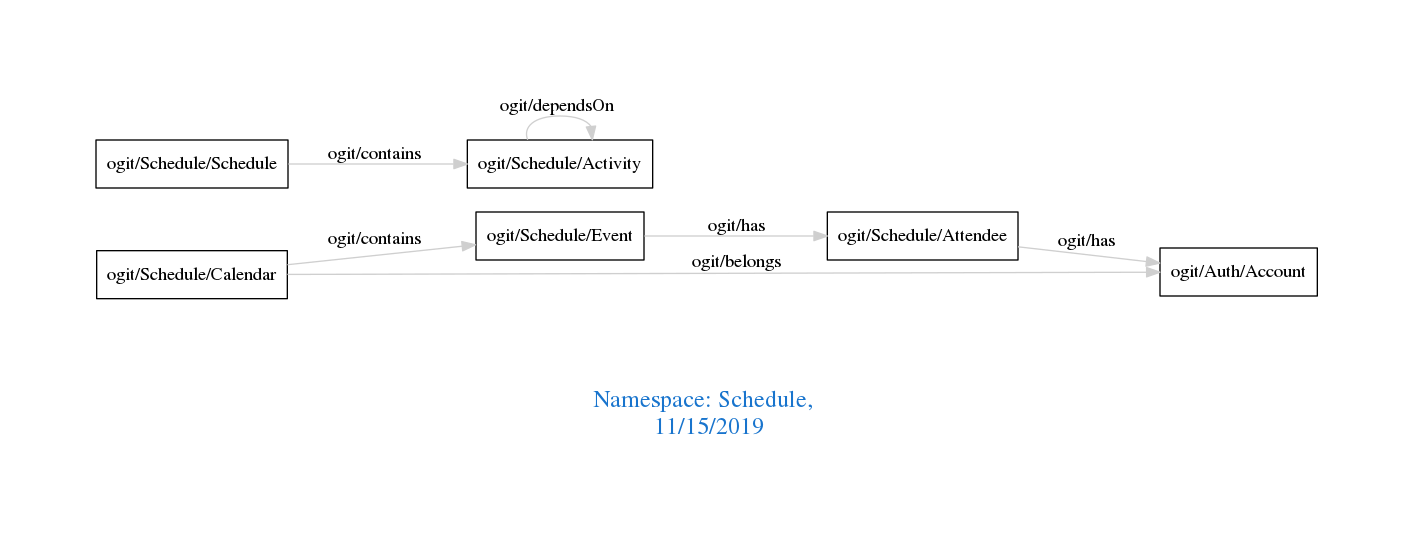
Earlier version of the Graphviz export downloads/Schedule.png (arago/OGIT). Its source is kept beside it as downloads/Schedule.dot.
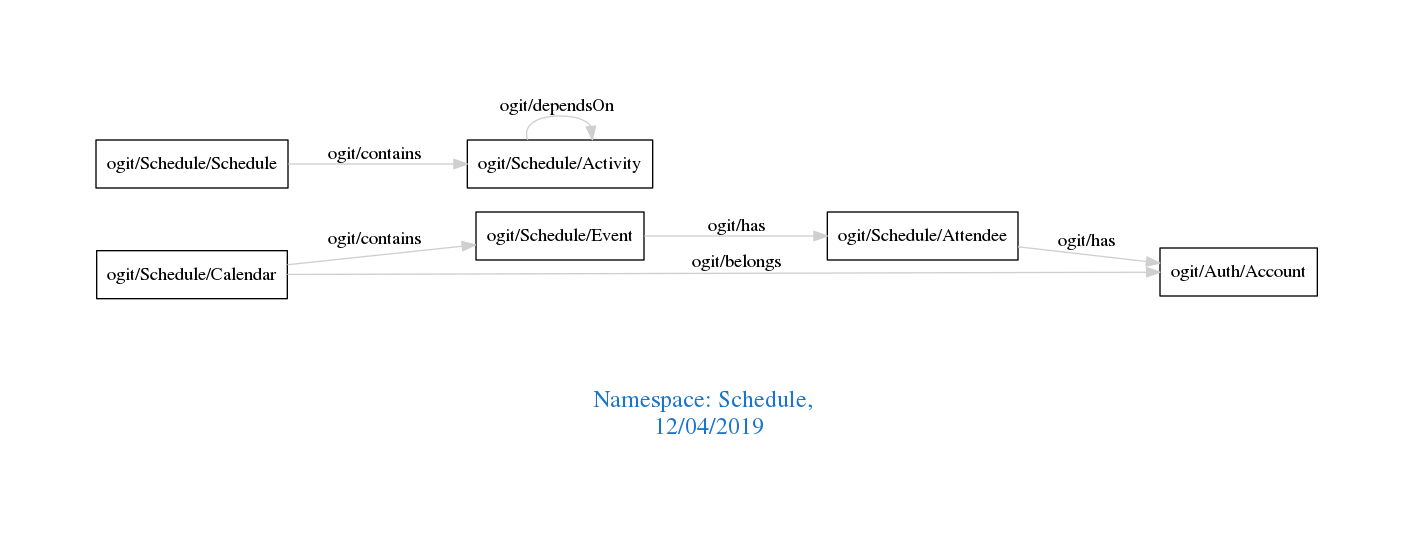
After the change.

Change to the diagram source:
```diff
@@ -1,7 +1,7 @@
 digraph OGIT_ontology {
  graph [ rankdir= LR,pad=1
 fontsize = 18,
-fontcolor= dodgerblue3,label = "\n\n\nNamespace: Schedule, \n 11/15/2019"];
+fontcolor= dodgerblue3,label = "\n\n\nNamespace: Schedule, \n 12/04/2019"];
 node[shape=polygon];
 edge [  color="gray81"];
 
```
